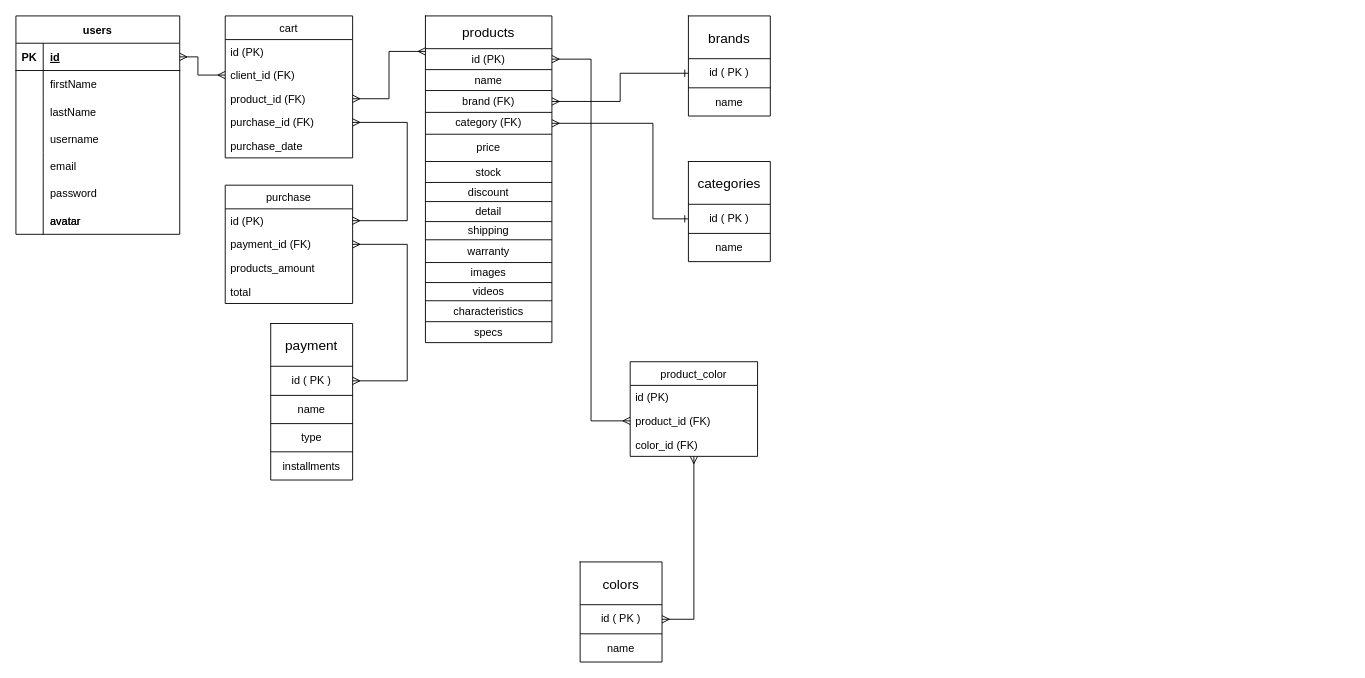
This is db_diagrams/db_diagram.drawio from teosordo/grupo_3_mat, a draw.io file, before an edit. Source tidied: cells renumbered, new cells numbered last; positions are measured from the earlier drawing's top-left corner, leaving out a move shared by most shapes. Both pictures are drawn from the tidied source at 91%, with x=0, y=0 at pixel (15, 15).
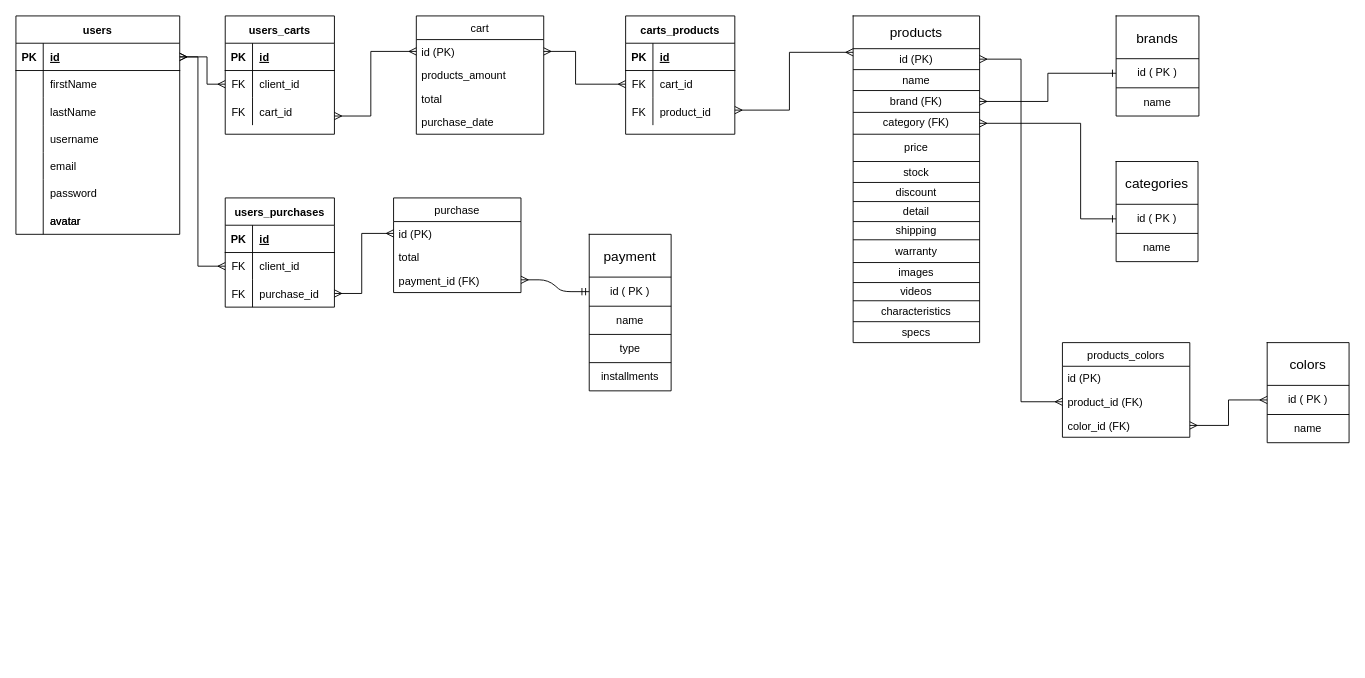
After the change.

The change refers to these unchanged cells:
```xml
<mxCell id="3" style="shape=partialRectangle;fillColor=none;top=0;left=0;bottom=1;right=0;points=[[0,0.5],[1,0.5]];portConstraint=eastwest;" parent="2" vertex="1">
  <mxGeometry y="30" width="180" height="30" as="geometry" />
</mxCell>
<mxCell id="27" style="shape=partialRectangle;fillColor=none;top=0;left=0;bottom=0;right=0;points=[[0,0.5],[1,0.5]];portConstraint=eastwest;" parent="24" vertex="1">
  <mxGeometry y="36" width="139" height="23" as="geometry" />
</mxCell>
<mxCell id="65" style="shape=partialRectangle;fillColor=none;top=0;left=0;bottom=0;right=0;points=[[0,0.5],[1,0.5]];portConstraint=eastwest;" parent="62" vertex="1">
  <mxGeometry y="47" width="90" height="32" as="geometry" />
</mxCell>
<mxCell id="74" style="shape=partialRectangle;fillColor=none;top=0;left=0;bottom=0;right=0;points=[[0,0.5],[1,0.5]];portConstraint=eastwest;" parent="71" vertex="1">
  <mxGeometry y="47" width="90" height="32" as="geometry" />
</mxCell>
<mxCell id="83" style="shape=partialRectangle;fillColor=none;top=0;left=0;bottom=0;right=0;points=[[0,0.5],[1,0.5]];portConstraint=eastwest;" parent="80" vertex="1">
  <mxGeometry y="47" width="90" height="32" as="geometry" />
</mxCell>
<mxCell id="92" value="id (PK)" style="text;strokeColor=none;fillColor=none;align=left;verticalAlign=top;spacingLeft=4;spacingRight=4;overflow=hidden;points=[[0,0.5],[1,0.5]];portConstraint=eastwest;" parent="91" vertex="1">
  <mxGeometry y="26" width="140" height="26" as="geometry" />
</mxCell>
<mxCell id="101" value="id (PK)" style="text;strokeColor=none;fillColor=none;align=left;verticalAlign=top;spacingLeft=4;spacingRight=4;overflow=hidden;points=[[0,0.5],[1,0.5]];portConstraint=eastwest;" parent="100" vertex="1">
  <mxGeometry y="26" width="140" height="26" as="geometry" />
</mxCell>
<mxCell id="111" value="color_id (FK)" style="text;strokeColor=none;fillColor=none;align=left;verticalAlign=top;spacingLeft=4;spacingRight=4;overflow=hidden;points=[[0,0.5],[1,0.5]];portConstraint=eastwest;" parent="108" vertex="1">
  <mxGeometry y="78" width="140" height="26" as="geometry" />
</mxCell>
```

The edit, as a diff of the source:
```diff
@@
     <mxCell id="24" style="shape=table;startSize=0;childLayout=tableLayout;perimeterSpacing=0;strokeWidth=1;" parent="1" vertex="1">
-      <mxGeometry x="450" width="139" height="359" as="geometry" />
+      <mxGeometry x="920" width="139" height="359" as="geometry" />
     </mxCell>
@@
     <mxCell id="55" style="shape=table;startSize=0;childLayout=tableLayout;" parent="1" vertex="1">
-      <mxGeometry x="739" width="90" height="110" as="geometry" />
+      <mxGeometry x="1209" width="91" height="110" as="geometry" />
     </mxCell>
     <mxCell id="56" style="shape=partialRectangle;fillColor=none;top=0;left=0;bottom=0;right=0;points=[[0,0.5],[1,0.5]];portConstraint=eastwest;" parent="55" vertex="1">
-      <mxGeometry width="90" height="47" as="geometry" />
+      <mxGeometry width="91" height="47" as="geometry" />
     </mxCell>
     <mxCell id="57" value="&lt;font style=&quot;font-size: 15px&quot;&gt;brands&lt;/font&gt;" style="shape=partialRectangle;html=1;whiteSpace=wrap;overflow=hidden;fillColor=none;top=0;left=0;bottom=0;right=0;" parent="56" vertex="1">
-      <mxGeometry width="90" height="47" as="geometry" />
+      <mxGeometry width="91" height="47" as="geometry" />
     </mxCell>
     <mxCell id="58" style="shape=partialRectangle;fillColor=none;top=0;left=0;bottom=0;right=0;points=[[0,0.5],[1,0.5]];portConstraint=eastwest;" parent="55" vertex="1">
-      <mxGeometry y="47" width="90" height="32" as="geometry" />
+      <mxGeometry y="47" width="91" height="32" as="geometry" />
     </mxCell>
     <mxCell id="59" value="id ( PK )" style="shape=partialRectangle;html=1;whiteSpace=wrap;overflow=hidden;fillColor=none;top=0;left=0;bottom=0;right=0;" parent="58" vertex="1">
-      <mxGeometry width="90" height="32" as="geometry" />
+      <mxGeometry width="91" height="32" as="geometry" />
     </mxCell>
     <mxCell id="60" style="shape=partialRectangle;fillColor=none;top=0;left=0;bottom=0;right=0;" parent="55" vertex="1">
-      <mxGeometry y="79" width="90" height="31" as="geometry" />
+      <mxGeometry y="79" width="91" height="31" as="geometry" />
     </mxCell>
     <mxCell id="61" value="name" style="shape=partialRectangle;html=1;whiteSpace=wrap;overflow=hidden;fillColor=none;top=0;left=0;bottom=0;right=0;" parent="60" vertex="1">
-      <mxGeometry width="90" height="31" as="geometry" />
+      <mxGeometry width="91" height="31" as="geometry" />
     </mxCell>
     <mxCell id="62" style="shape=table;startSize=0;childLayout=tableLayout;" parent="1" vertex="1">
-      <mxGeometry x="739" y="160" width="90" height="110" as="geometry" />
+      <mxGeometry x="1209" y="160" width="90" height="110" as="geometry" />
     </mxCell>
@@
     <mxCell id="70" style="rounded=0;orthogonalLoop=1;jettySize=auto;html=1;exitX=1;exitY=0.5;exitDx=0;exitDy=0;entryX=0;entryY=0.5;entryDx=0;entryDy=0;strokeColor=none;endArrow=ERone;endFill=0;" parent="1" edge="1">
       <mxGeometry relative="1" as="geometry">
-        <mxPoint x="569" y="72.5" as="sourcePoint" />
-        <mxPoint x="788" y="20" as="targetPoint" />
+        <mxPoint x="1039" y="72.5" as="sourcePoint" />
+        <mxPoint x="1258" y="20" as="targetPoint" />
       </mxGeometry>
     </mxCell>
     <mxCell id="71" style="shape=table;startSize=0;childLayout=tableLayout;" parent="1" vertex="1">
-      <mxGeometry x="620" y="600" width="90" height="110" as="geometry" />
+      <mxGeometry x="1375" y="359" width="90" height="110" as="geometry" />
     </mxCell>
@@
     <mxCell id="79" style="edgeStyle=orthogonalEdgeStyle;rounded=0;jettySize=auto;html=1;entryX=0;entryY=0.5;entryDx=0;entryDy=0;startArrow=ERmany;startFill=0;endArrow=ERone;endFill=0;" parent="1" edge="1" target="65">
       <mxGeometry relative="1" as="geometry">
-        <mxPoint x="589" y="118" as="sourcePoint" />
+        <mxPoint x="1059" y="118" as="sourcePoint" />
         <Array as="points">
-          <mxPoint x="700" y="118" />
-          <mxPoint x="700" y="223" />
+          <mxPoint x="1170" y="118" />
+          <mxPoint x="1170" y="223" />
         </Array>
       </mxGeometry>
     </mxCell>
     <mxCell id="80" style="shape=table;startSize=0;childLayout=tableLayout;" parent="1" vertex="1">
-      <mxGeometry x="280" y="338" width="90" height="172" as="geometry" />
+      <mxGeometry x="630" y="240" width="90" height="172" as="geometry" />
     </mxCell>
@@
     <mxCell id="91" value="cart" style="swimlane;fontStyle=0;horizontal=1;startSize=26;" parent="1" vertex="1">
-      <mxGeometry x="230" width="140" height="156" as="geometry" />
+      <mxGeometry x="440" width="140" height="130" as="geometry" />
     </mxCell>
@@
-    <mxCell id="93" value="client_id (FK)" style="text;strokeColor=none;fillColor=none;align=left;verticalAlign=top;spacingLeft=4;spacingRight=4;overflow=hidden;points=[[0,0.5],[1,0.5]];portConstraint=eastwest;" parent="91" vertex="1">
-      <mxGeometry y="52" width="140" height="26" as="geometry" />
-    </mxCell>
-    <mxCell id="94" value="product_id (FK)" style="text;strokeColor=none;fillColor=none;align=left;verticalAlign=top;spacingLeft=4;spacingRight=4;overflow=hidden;points=[[0,0.5],[1,0.5]];portConstraint=eastwest;" parent="91" vertex="1">
-      <mxGeometry y="78" width="140" height="26" as="geometry" />
-    </mxCell>
-    <mxCell id="95" value="purchase_id (FK)" style="text;strokeColor=none;fillColor=none;align=left;verticalAlign=top;spacingLeft=4;spacingRight=4;overflow=hidden;" parent="91" vertex="1">
-      <mxGeometry y="104" width="140" height="26" as="geometry" />
-    </mxCell>
+    <mxCell id="103" value="products_amount" style="text;strokeColor=none;fillColor=none;align=left;verticalAlign=top;spacingLeft=4;spacingRight=4;overflow=hidden;" parent="91" vertex="1">
+      <mxGeometry y="52" width="140" height="26" as="geometry" />
+    </mxCell>
-    <mxCell id="96" value="purchase_date" style="text;strokeColor=none;fillColor=none;align=left;verticalAlign=top;spacingLeft=4;spacingRight=4;overflow=hidden;" parent="91" vertex="1">
-      <mxGeometry y="130" width="140" height="26" as="geometry" />
+    <mxCell id="96" value="total" style="text;strokeColor=none;fillColor=none;align=left;verticalAlign=top;spacingLeft=4;spacingRight=4;overflow=hidden;" parent="91" vertex="1">
+      <mxGeometry y="78" width="140" height="26" as="geometry" />
     </mxCell>
-    <mxCell id="97" style="rounded=0;jettySize=auto;html=1;startArrow=ERmany;startFill=0;endArrow=ERmany;endFill=0;entryX=1;entryY=0.5;entryDx=0;entryDy=0;" parent="1" edge="1" target="94">
-      <mxGeometry relative="1" as="geometry">
-        <mxPoint x="450" y="39" as="sourcePoint" />
-        <Array as="points">
-          <mxPoint x="410" y="39" />
-          <mxPoint x="410" y="91" />
-        </Array>
-      </mxGeometry>
-    </mxCell>
+    <mxCell id="113" value="purchase_date" style="text;strokeColor=none;fillColor=none;align=left;verticalAlign=top;spacingLeft=4;spacingRight=4;overflow=hidden;" parent="91" vertex="1">
+      <mxGeometry y="104" width="140" height="26" as="geometry" />
+    </mxCell>
-    <mxCell id="98" style="rounded=0;jettySize=auto;html=1;exitX=0;exitY=0.5;exitDx=0;exitDy=0;entryX=1;entryY=0.5;entryDx=0;entryDy=0;startArrow=ERmany;startFill=0;endArrow=ERmany;endFill=0;" parent="1" edge="1" source="93" target="3">
+    <mxCell id="98" style="rounded=0;jettySize=auto;html=1;startArrow=ERmany;startFill=0;endArrow=ERmany;endFill=0;exitX=0;exitY=0.5;exitDx=0;exitDy=0;" parent="1" edge="1" source="128">
       <mxGeometry relative="1" as="geometry">
+        <mxPoint x="180" y="45" as="targetPoint" />
         <Array as="points">
-          <mxPoint x="200" y="65" />
+          <mxPoint x="200" y="275" />
           <mxPoint x="200" y="45" />
         </Array>
       </mxGeometry>
     </mxCell>
@@
     <mxCell id="100" value="purchase" style="swimlane;fontStyle=0;horizontal=1;startSize=26;" parent="1" vertex="1">
-      <mxGeometry x="230" y="186" width="140" height="130" as="geometry" />
+      <mxGeometry x="415" y="200" width="140" height="104" as="geometry" />
     </mxCell>
@@
+    <mxCell id="104" value="total" style="text;strokeColor=none;fillColor=none;align=left;verticalAlign=top;spacingLeft=4;spacingRight=4;overflow=hidden;" parent="100" vertex="1">
+      <mxGeometry y="52" width="140" height="26" as="geometry" />
+    </mxCell>
     <mxCell id="102" value="payment_id (FK)" style="text;strokeColor=none;fillColor=none;align=left;verticalAlign=top;spacingLeft=4;spacingRight=4;overflow=hidden;points=[[0,0.5],[1,0.5]];portConstraint=eastwest;" parent="100" vertex="1">
-      <mxGeometry y="52" width="140" height="26" as="geometry" />
+      <mxGeometry y="78" width="140" height="26" as="geometry" />
     </mxCell>
-    <mxCell id="103" value="products_amount" style="text;strokeColor=none;fillColor=none;align=left;verticalAlign=top;spacingLeft=4;spacingRight=4;overflow=hidden;" parent="100" vertex="1">
-      <mxGeometry y="78" width="140" height="26" as="geometry" />
-    </mxCell>
-    <mxCell id="104" value="total" style="text;strokeColor=none;fillColor=none;align=left;verticalAlign=top;spacingLeft=4;spacingRight=4;overflow=hidden;" parent="100" vertex="1">
-      <mxGeometry y="104" width="140" height="26" as="geometry" />
-    </mxCell>
-    <mxCell id="105" style="rounded=0;jettySize=auto;html=1;startArrow=ERmany;startFill=0;endArrow=ERmany;endFill=0;exitX=1;exitY=0.5;exitDx=0;exitDy=0;" parent="1" edge="1" source="101">
-      <mxGeometry relative="1" as="geometry">
-        <mxPoint x="370" y="117" as="targetPoint" />
-        <Array as="points">
-          <mxPoint x="430" y="225" />
-          <mxPoint x="430" y="117" />
-        </Array>
-      </mxGeometry>
-    </mxCell>
-    <mxCell id="106" style="rounded=0;jettySize=auto;html=1;entryX=1;entryY=0.5;entryDx=0;entryDy=0;startArrow=ERmany;startFill=0;endArrow=ERmany;endFill=0;exitX=1;exitY=0.5;exitDx=0;exitDy=0;" parent="1" edge="1" source="83" target="102">
-      <mxGeometry relative="1" as="geometry">
-        <Array as="points">
-          <mxPoint x="430" y="401" />
-          <mxPoint x="430" y="251" />
-        </Array>
-      </mxGeometry>
-    </mxCell>
-    <mxCell id="107" style="edgeStyle=orthogonalEdgeStyle;rounded=0;jettySize=auto;html=1;entryX=1;entryY=0.5;entryDx=0;entryDy=0;startArrow=ERmany;startFill=0;endArrow=ERmany;endFill=0;" parent="1" edge="1" source="108" target="74">
+    <mxCell id="107" style="edgeStyle=orthogonalEdgeStyle;rounded=0;jettySize=auto;html=1;entryX=0;entryY=0.5;entryDx=0;entryDy=0;startArrow=ERmany;startFill=0;endArrow=ERmany;endFill=0;exitX=1;exitY=0.5;exitDx=0;exitDy=0;" parent="1" edge="1" source="111" target="74">
       <mxGeometry relative="1" as="geometry" />
     </mxCell>
-    <mxCell id="108" value="product_color" style="swimlane;fontStyle=0;horizontal=1;startSize=26;" parent="1" vertex="1">
-      <mxGeometry x="675" y="380" width="140" height="104" as="geometry" />
+    <mxCell id="108" value="products_colors" style="swimlane;fontStyle=0;horizontal=1;startSize=26;" parent="1" vertex="1">
+      <mxGeometry x="1150" y="359" width="140" height="104" as="geometry" />
     </mxCell>
@@
+    <mxCell id="114" value="carts_products" style="shape=table;startSize=30;childLayout=tableLayout;rowLines=0;fontStyle=1;align=center;" parent="1" vertex="1">
+      <mxGeometry x="670" width="120" height="130" as="geometry" />
+    </mxCell>
+    <mxCell id="115" style="shape=partialRectangle;fillColor=none;top=0;left=0;bottom=1;right=0;" parent="114" vertex="1">
+      <mxGeometry y="30" width="120" height="30" as="geometry" />
+    </mxCell>
+    <mxCell id="116" value="PK" style="shape=partialRectangle;fillColor=none;top=0;left=0;bottom=0;right=0;fontStyle=1;overflow=hidden;" parent="115" vertex="1">
+      <mxGeometry width="30" height="30" as="geometry" />
+    </mxCell>
+    <mxCell id="117" value="id" style="shape=partialRectangle;fillColor=none;top=0;left=0;bottom=0;right=0;align=left;spacingLeft=6;fontStyle=5;overflow=hidden;" parent="115" vertex="1">
+      <mxGeometry x="30" width="90" height="30" as="geometry" />
+    </mxCell>
+    <mxCell id="118" style="shape=partialRectangle;fillColor=none;top=0;left=0;bottom=0;right=0;points=[[0,0.5],[1,0.5]];portConstraint=eastwest;" parent="114" vertex="1">
+      <mxGeometry y="60" width="120" height="30" as="geometry" />
+    </mxCell>
+    <mxCell id="119" value="FK" style="shape=partialRectangle;fillColor=none;top=0;left=0;bottom=0;right=0;overflow=hidden;" parent="118" vertex="1">
+      <mxGeometry width="30" height="30" as="geometry" />
+    </mxCell>
+    <mxCell id="120" value="cart_id" style="shape=partialRectangle;fillColor=none;top=0;left=0;bottom=0;right=0;align=left;spacingLeft=6;overflow=hidden;" parent="118" vertex="1">
+      <mxGeometry x="30" width="90" height="30" as="geometry" />
+    </mxCell>
+    <mxCell id="121" style="shape=partialRectangle;fillColor=none;top=0;left=0;bottom=0;right=0;" parent="114" vertex="1">
+      <mxGeometry y="90" width="120" height="30" as="geometry" />
+    </mxCell>
+    <mxCell id="122" value="FK" style="shape=partialRectangle;fillColor=none;top=0;left=0;bottom=0;right=0;overflow=hidden;" parent="121" vertex="1">
+      <mxGeometry width="30" height="30" as="geometry" />
+    </mxCell>
+    <mxCell id="123" value="product_id" style="shape=partialRectangle;fillColor=none;top=0;left=0;bottom=0;right=0;align=left;spacingLeft=6;overflow=hidden;" parent="121" vertex="1">
+      <mxGeometry x="30" width="90" height="30" as="geometry" />
+    </mxCell>
+    <mxCell id="124" value="users_purchases" style="shape=table;startSize=30;childLayout=tableLayout;rowLines=0;fontStyle=1;align=center;" parent="1" vertex="1">
+      <mxGeometry x="230" y="200" width="120" height="120" as="geometry" />
+    </mxCell>
+    <mxCell id="125" style="shape=partialRectangle;fillColor=none;top=0;left=0;bottom=1;right=0;" parent="124" vertex="1">
+      <mxGeometry y="30" width="120" height="30" as="geometry" />
+    </mxCell>
+    <mxCell id="126" value="PK" style="shape=partialRectangle;fillColor=none;top=0;left=0;bottom=0;right=0;fontStyle=1;overflow=hidden;" parent="125" vertex="1">
+      <mxGeometry width="30" height="30" as="geometry" />
+    </mxCell>
+    <mxCell id="127" value="id" style="shape=partialRectangle;fillColor=none;top=0;left=0;bottom=0;right=0;align=left;spacingLeft=6;fontStyle=5;overflow=hidden;" parent="125" vertex="1">
+      <mxGeometry x="30" width="90" height="30" as="geometry" />
+    </mxCell>
+    <mxCell id="128" style="shape=partialRectangle;fillColor=none;top=0;left=0;bottom=0;right=0;points=[[0,0.5],[1,0.5]];portConstraint=eastwest;" parent="124" vertex="1">
+      <mxGeometry y="60" width="120" height="30" as="geometry" />
+    </mxCell>
+    <mxCell id="129" value="FK" style="shape=partialRectangle;fillColor=none;top=0;left=0;bottom=0;right=0;overflow=hidden;" parent="128" vertex="1">
+      <mxGeometry width="30" height="30" as="geometry" />
+    </mxCell>
+    <mxCell id="130" value="client_id" style="shape=partialRectangle;fillColor=none;top=0;left=0;bottom=0;right=0;align=left;spacingLeft=6;overflow=hidden;" parent="128" vertex="1">
+      <mxGeometry x="30" width="90" height="30" as="geometry" />
+    </mxCell>
+    <mxCell id="131" style="shape=partialRectangle;fillColor=none;top=0;left=0;bottom=0;right=0;points=[[0,0.5],[1,0.5]];portConstraint=eastwest;" parent="124" vertex="1">
+      <mxGeometry y="90" width="120" height="30" as="geometry" />
+    </mxCell>
+    <mxCell id="132" value="FK" style="shape=partialRectangle;fillColor=none;top=0;left=0;bottom=0;right=0;overflow=hidden;" parent="131" vertex="1">
+      <mxGeometry width="30" height="30" as="geometry" />
+    </mxCell>
+    <mxCell id="133" value="purchase_id" style="shape=partialRectangle;fillColor=none;top=0;left=0;bottom=0;right=0;align=left;spacingLeft=6;overflow=hidden;" parent="131" vertex="1">
+      <mxGeometry x="30" width="90" height="30" as="geometry" />
+    </mxCell>
+    <mxCell id="134" value="users_carts" style="shape=table;startSize=30;childLayout=tableLayout;rowLines=0;fontStyle=1;align=center;" parent="1" vertex="1">
+      <mxGeometry x="230" width="120" height="130" as="geometry" />
+    </mxCell>
+    <mxCell id="135" style="shape=partialRectangle;fillColor=none;top=0;left=0;bottom=1;right=0;" parent="134" vertex="1">
+      <mxGeometry y="30" width="120" height="30" as="geometry" />
+    </mxCell>
+    <mxCell id="136" value="PK" style="shape=partialRectangle;fillColor=none;top=0;left=0;bottom=0;right=0;fontStyle=1;overflow=hidden;" parent="135" vertex="1">
+      <mxGeometry width="30" height="30" as="geometry" />
+    </mxCell>
+    <mxCell id="137" value="id" style="shape=partialRectangle;fillColor=none;top=0;left=0;bottom=0;right=0;align=left;spacingLeft=6;fontStyle=5;overflow=hidden;" parent="135" vertex="1">
+      <mxGeometry x="30" width="90" height="30" as="geometry" />
+    </mxCell>
+    <mxCell id="138" style="shape=partialRectangle;fillColor=none;top=0;left=0;bottom=0;right=0;points=[[0,0.5],[1,0.5]];portConstraint=eastwest;" parent="134" vertex="1">
+      <mxGeometry y="60" width="120" height="30" as="geometry" />
+    </mxCell>
+    <mxCell id="139" value="FK" style="shape=partialRectangle;fillColor=none;top=0;left=0;bottom=0;right=0;overflow=hidden;" parent="138" vertex="1">
+      <mxGeometry width="30" height="30" as="geometry" />
+    </mxCell>
+    <mxCell id="140" value="client_id" style="shape=partialRectangle;fillColor=none;top=0;left=0;bottom=0;right=0;align=left;spacingLeft=6;overflow=hidden;" parent="138" vertex="1">
+      <mxGeometry x="30" width="90" height="30" as="geometry" />
+    </mxCell>
+    <mxCell id="141" style="shape=partialRectangle;fillColor=none;top=0;left=0;bottom=0;right=0;" parent="134" vertex="1">
+      <mxGeometry y="90" width="120" height="30" as="geometry" />
+    </mxCell>
+    <mxCell id="142" value="FK" style="shape=partialRectangle;fillColor=none;top=0;left=0;bottom=0;right=0;overflow=hidden;" parent="141" vertex="1">
+      <mxGeometry width="30" height="30" as="geometry" />
+    </mxCell>
+    <mxCell id="143" value="cart_id" style="shape=partialRectangle;fillColor=none;top=0;left=0;bottom=0;right=0;align=left;spacingLeft=6;overflow=hidden;" parent="141" vertex="1">
+      <mxGeometry x="30" width="90" height="30" as="geometry" />
+    </mxCell>
+    <mxCell id="144" style="rounded=0;jettySize=auto;html=1;entryX=1;entryY=0.5;entryDx=0;entryDy=0;startArrow=ERmany;startFill=0;endArrow=ERmany;endFill=0;exitX=0;exitY=0.5;exitDx=0;exitDy=0;" parent="1" edge="1" source="101" target="131">
+      <mxGeometry relative="1" as="geometry">
+        <Array as="points">
+          <mxPoint x="380" y="239" />
+          <mxPoint x="380" y="305" />
+        </Array>
+      </mxGeometry>
+    </mxCell>
+    <mxCell id="145" style="rounded=0;jettySize=auto;html=1;startArrow=ERmany;startFill=0;endArrow=ERmany;endFill=0;exitX=0;exitY=0.5;exitDx=0;exitDy=0;" parent="1" edge="1" source="138">
+      <mxGeometry relative="1" as="geometry">
+        <mxPoint x="180" y="45" as="targetPoint" />
+        <Array as="points">
+          <mxPoint x="210" y="75" />
+          <mxPoint x="210" y="45" />
+        </Array>
+      </mxGeometry>
+    </mxCell>
+    <mxCell id="146" style="rounded=0;jettySize=auto;html=1;entryX=1;entryY=0.5;entryDx=0;entryDy=0;startArrow=ERmany;startFill=0;endArrow=ERmany;endFill=0;exitX=0;exitY=0.5;exitDx=0;exitDy=0;" parent="1" edge="1" source="92">
+      <mxGeometry relative="1" as="geometry">
+        <mxPoint x="350" y="110" as="targetPoint" />
+        <Array as="points">
+          <mxPoint x="390" y="39" />
+          <mxPoint x="390" y="110" />
+        </Array>
+      </mxGeometry>
+    </mxCell>
+    <mxCell id="147" style="rounded=0;jettySize=auto;html=1;startArrow=ERmany;startFill=0;endArrow=ERmany;endFill=0;exitX=0;exitY=0.5;exitDx=0;exitDy=0;entryX=1;entryY=0.5;entryDx=0;entryDy=0;" parent="1" edge="1" source="118" target="92">
+      <mxGeometry relative="1" as="geometry">
+        <Array as="points">
+          <mxPoint x="615" y="75" />
+          <mxPoint x="615" y="39" />
+        </Array>
+      </mxGeometry>
+    </mxCell>
+    <mxCell id="148" style="rounded=0;jettySize=auto;html=1;entryX=1;entryY=0.5;entryDx=0;entryDy=0;startArrow=ERmany;startFill=0;endArrow=ERmany;endFill=0;exitX=0;exitY=0.174;exitDx=0;exitDy=0;exitPerimeter=0;" parent="1" edge="1" source="27">
+      <mxGeometry relative="1" as="geometry">
+        <mxPoint x="790" y="103.5" as="targetPoint" />
+        <Array as="points">
+          <mxPoint x="850" y="40" />
+          <mxPoint x="850" y="103.5" />
+        </Array>
+      </mxGeometry>
+    </mxCell>
+    <mxCell id="149" style="edgeStyle=entityRelationEdgeStyle;fontSize=12;html=1;endArrow=ERmandOne;startArrow=ERmany;entryX=0;entryY=0.5;entryDx=0;entryDy=0;startFill=0;" parent="1" edge="1" target="83">
+      <mxGeometry relative="1" as="geometry">
+        <mxPoint x="555" y="290" as="sourcePoint" />
+      </mxGeometry>
+    </mxCell>
```
